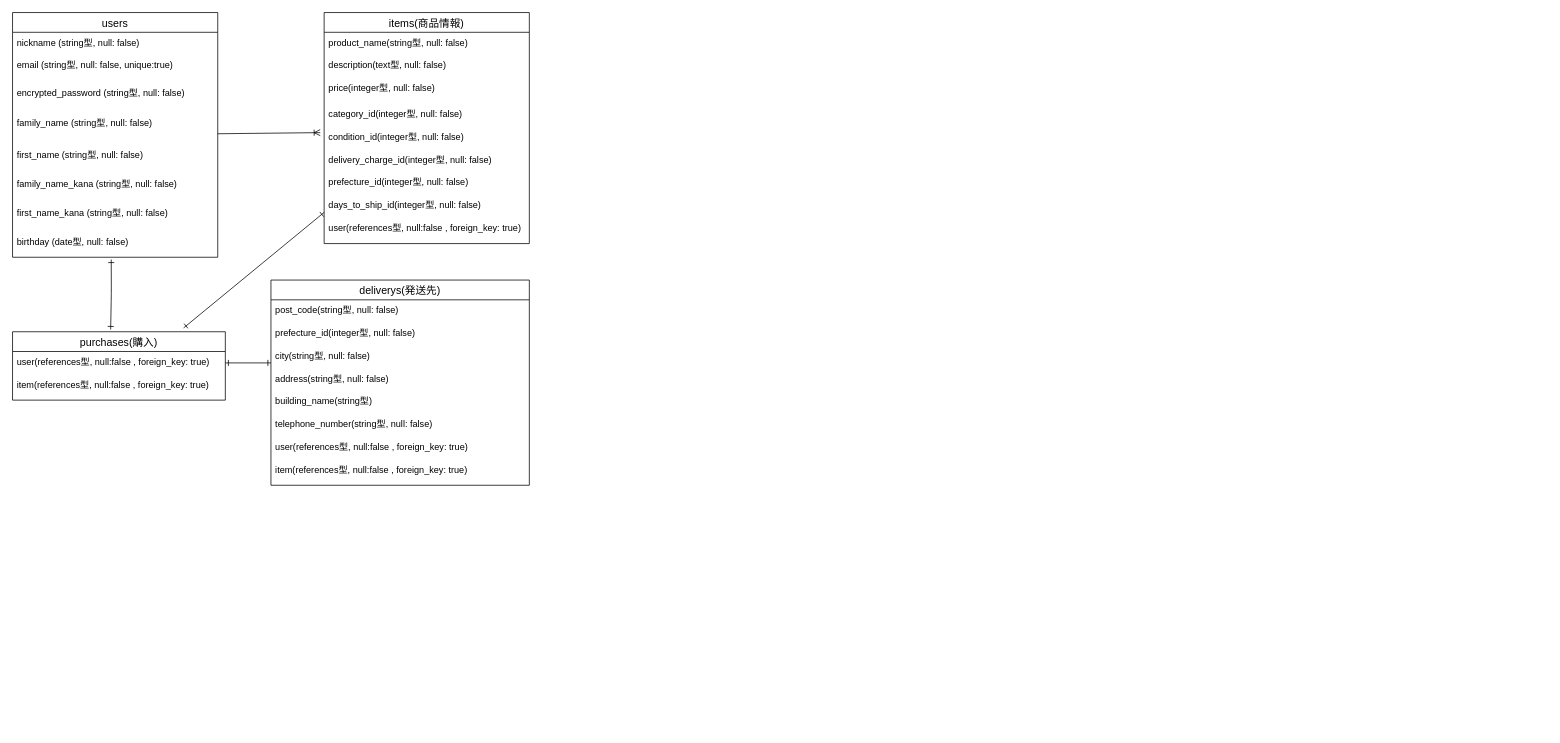
The draw.io diagram furima.dio in kobayashi64/furima-37467, before the edit. Source tidied: cells renumbered, new cells numbered last; positions are measured from the earlier drawing's top-left corner, leaving out a move shared by most shapes. Both pictures are drawn from the tidied source at 76%, with x=0, y=0 at pixel (12, 12).
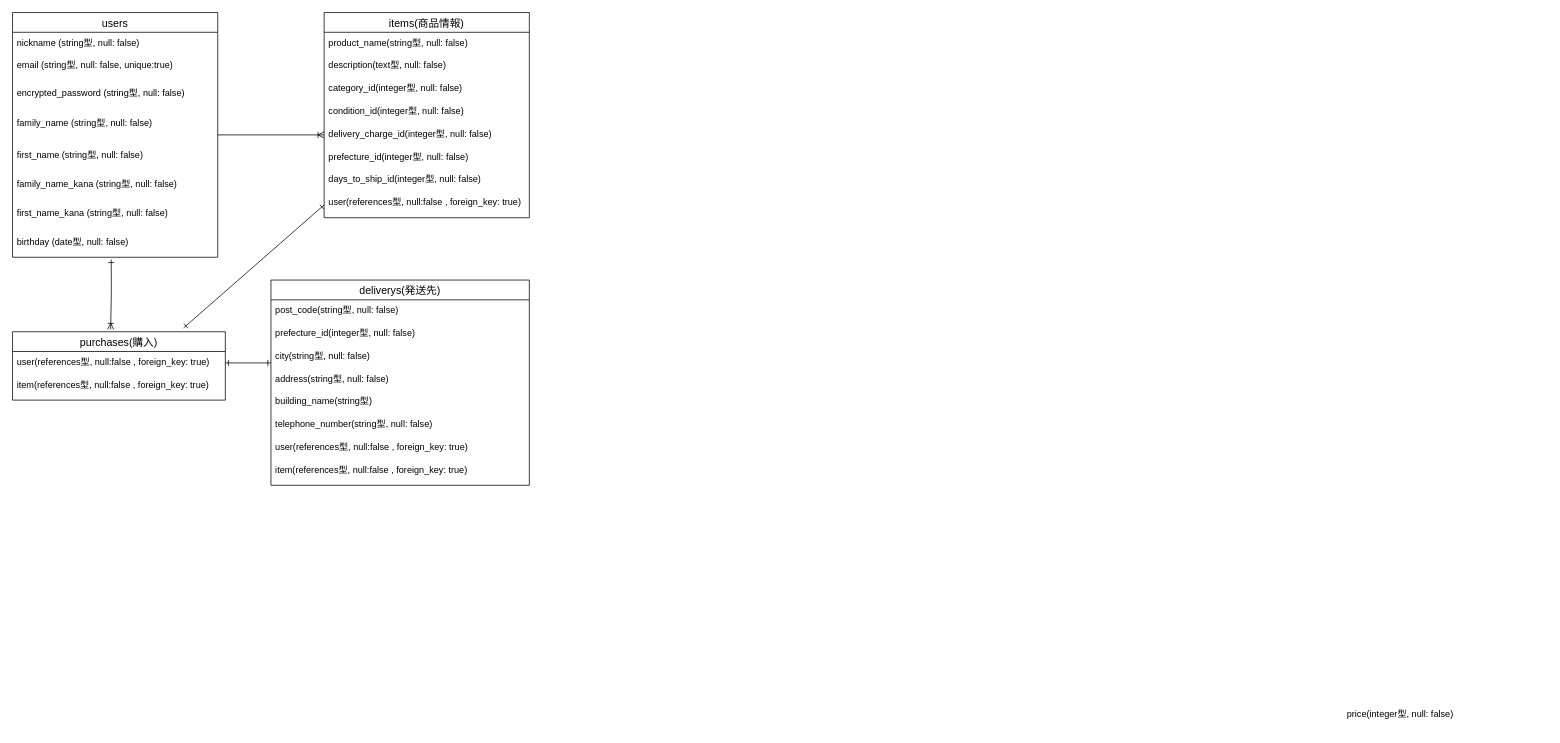
The same diagram, later.

Unchanged cells that the change refers to:
```xml
<mxCell id="4" value="users" style="swimlane;fontStyle=0;horizontal=1;startSize=26;align=center;fontSize=14;" parent="1" vertex="1">
  <mxGeometry width="270" height="322" as="geometry" />
</mxCell>
<mxCell id="12" value="birthday (date型, null: false)" style="text;strokeColor=none;fillColor=none;spacingLeft=4;spacingRight=4;overflow=hidden;points=[[0,0.5],[1,0.5]];portConstraint=eastwest;fontSize=12;" parent="4" vertex="1">
  <mxGeometry y="288" width="270" height="34" as="geometry" />
</mxCell>
<mxCell id="33" value="purchases(購入)" style="swimlane;fontStyle=0;horizontal=1;startSize=26;align=center;fontSize=14;" parent="1" vertex="1">
  <mxGeometry y="420" width="280" height="90" as="geometry" />
</mxCell>
```

Diff of the diagram source:
```diff
@@
-    <mxCell id="2" style="edgeStyle=none;html=1;endArrow=ERone;endFill=0;startArrow=ERone;startFill=0;exitX=0.481;exitY=1.088;exitDx=0;exitDy=0;exitPerimeter=0;entryX=0.461;entryY=-0.033;entryDx=0;entryDy=0;entryPerimeter=0;" parent="1" edge="1" source="12" target="33">
+    <mxCell id="2" style="edgeStyle=none;html=1;endArrow=ERoneToMany;endFill=0;startArrow=ERone;startFill=0;exitX=0.481;exitY=1.088;exitDx=0;exitDy=0;exitPerimeter=0;entryX=0.461;entryY=-0.033;entryDx=0;entryDy=0;entryPerimeter=0;" parent="1" edge="1" source="12" target="33">
       <mxGeometry relative="1" as="geometry">
         <Array as="points">
           <mxPoint x="130" y="370" />
         </Array>
       </mxGeometry>
     </mxCell>
-    <mxCell id="3" style="edgeStyle=none;html=1;entryX=-0.019;entryY=0.267;entryDx=0;entryDy=0;entryPerimeter=0;endArrow=ERoneToMany;endFill=0;" parent="1" edge="1" source="4" target="19">
+    <mxCell id="3" style="edgeStyle=none;html=1;entryX=0;entryY=0.5;entryDx=0;entryDy=0;endArrow=ERoneToMany;endFill=0;" parent="1" edge="1" source="4" target="20">
       <mxGeometry relative="1" as="geometry" />
     </mxCell>
@@
     <mxCell id="14" value="items(商品情報)" style="swimlane;fontStyle=0;horizontal=1;startSize=26;align=center;fontSize=14;" parent="1" vertex="1">
-      <mxGeometry x="410" width="270" height="304" as="geometry" />
+      <mxGeometry x="410" width="270" height="270" as="geometry" />
     </mxCell>
@@
-    <mxCell id="17" value="price(integer型, null: false)" style="text;strokeColor=none;fillColor=none;spacingLeft=4;spacingRight=4;overflow=hidden;fontSize=12;" parent="14" vertex="1">
-      <mxGeometry y="86" width="270" height="34" as="geometry" />
-    </mxCell>
     <mxCell id="18" value="category_id(integer型, null: false)" style="text;strokeColor=none;fillColor=none;spacingLeft=4;spacingRight=4;overflow=hidden;fontSize=12;" parent="14" vertex="1">
-      <mxGeometry y="120" width="270" height="30" as="geometry" />
+      <mxGeometry y="86" width="270" height="30" as="geometry" />
     </mxCell>
     <mxCell id="19" value="condition_id(integer型, null: false)" style="text;strokeColor=none;fillColor=none;spacingLeft=4;spacingRight=4;overflow=hidden;points=[[0,0.5],[1,0.5]];portConstraint=eastwest;fontSize=12;" parent="14" vertex="1">
-      <mxGeometry y="150" width="270" height="30" as="geometry" />
+      <mxGeometry y="116" width="270" height="30" as="geometry" />
     </mxCell>
     <mxCell id="20" value="delivery_charge_id(integer型, null: false)" style="text;strokeColor=none;fillColor=none;spacingLeft=4;spacingRight=4;overflow=hidden;points=[[0,0.5],[1,0.5]];portConstraint=eastwest;fontSize=12;" parent="14" vertex="1">
-      <mxGeometry y="180" width="270" height="30" as="geometry" />
+      <mxGeometry y="146" width="270" height="30" as="geometry" />
     </mxCell>
     <mxCell id="21" value="prefecture_id(integer型, null: false)" style="text;strokeColor=none;fillColor=none;spacingLeft=4;spacingRight=4;overflow=hidden;fontSize=12;" parent="14" vertex="1">
-      <mxGeometry y="210" width="270" height="30" as="geometry" />
+      <mxGeometry y="176" width="270" height="30" as="geometry" />
     </mxCell>
     <mxCell id="22" value="days_to_ship_id(integer型, null: false)" style="text;strokeColor=none;fillColor=none;spacingLeft=4;spacingRight=4;overflow=hidden;fontSize=12;" parent="14" vertex="1">
-      <mxGeometry y="240" width="270" height="30" as="geometry" />
+      <mxGeometry y="206" width="270" height="30" as="geometry" />
     </mxCell>
     <mxCell id="23" value="user(references型, null:false , foreign_key: true)" style="text;strokeColor=none;fillColor=none;spacingLeft=4;spacingRight=4;overflow=hidden;fontSize=12;" parent="14" vertex="1">
-      <mxGeometry y="270" width="270" height="34" as="geometry" />
+      <mxGeometry y="236" width="270" height="34" as="geometry" />
     </mxCell>
@@
+    <mxCell id="17" value="price(integer型, null: false)" style="text;strokeColor=none;fillColor=none;spacingLeft=4;spacingRight=4;overflow=hidden;fontSize=12;" parent="1" vertex="1">
+      <mxGeometry x="1750" y="910" width="270" height="34" as="geometry" />
+    </mxCell>
```
